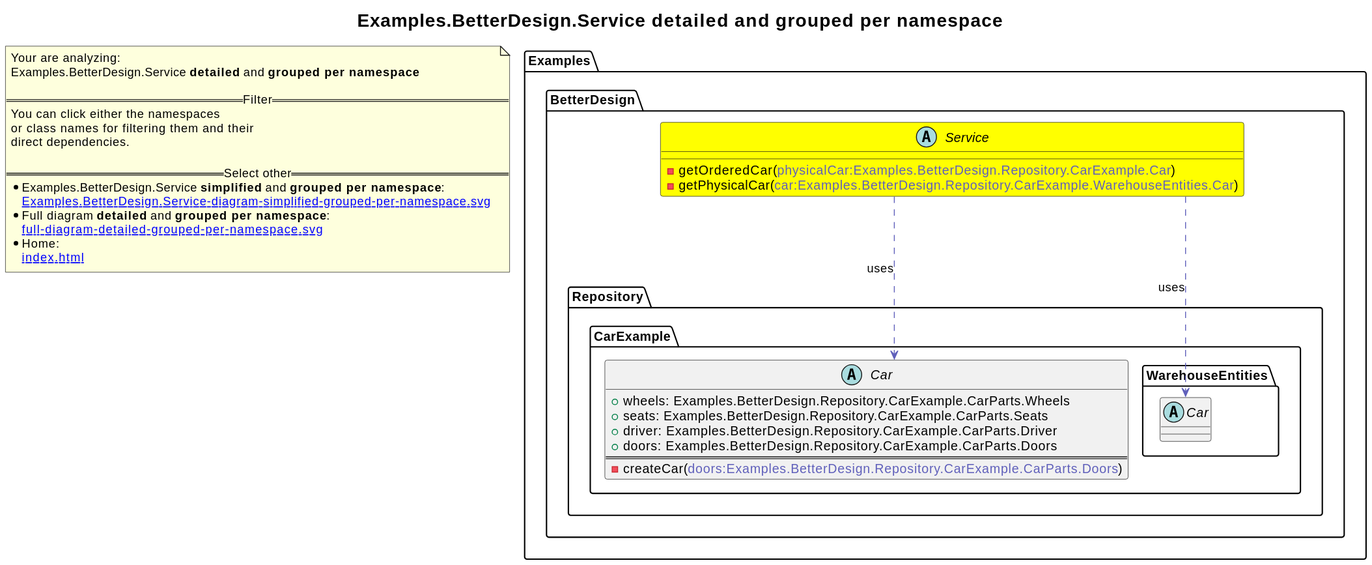
Before: revenger-csharp-adapter.out/Examples.BetterDesign.Service-diagram-detailed-grouped-per-namespace.svg, a diagram exported from PlantUML (2BlackCoffees/revenger). Source of this version:
```plantuml
@startuml
skinparam linetype ortho
title <size:20>Examples.BetterDesign.Service **detailed** and **grouped per namespace**</size>
note "Your are analyzing:\nExamples.BetterDesign.Service **detailed** and **grouped per namespace**\n\n==Filter==\nYou can click either the namespaces \nor class names for filtering them and their\ndirect dependencies.\n\n==Select other==\n* Examples.BetterDesign.Service **simplified** and **grouped per namespace**:\n   [[Examples.BetterDesign.Service-diagram-simplified-grouped-per-namespace.svg]]\n* Full diagram **detailed** and **grouped per namespace**:\n   [[full-diagram-detailed-grouped-per-namespace.svg]]\n* Home:\n   [[index.html]]" as FloatingNote
namespace Examples [[Examples-diagram-detailed-grouped-per-namespace.svg]] {
namespace Examples.BetterDesign [[Examples.BetterDesign-diagram-detailed-grouped-per-namespace.svg]] {
  abstract class Examples.BetterDesign.Service [[Examples.BetterDesign.Service-diagram-detailed-grouped-per-namespace.svg]] #yellow {
    - getOrderedCar(<font color="6060BB">physicalCar:Examples.BetterDesign.Repository.CarExample.Car</font>)
    - getPhysicalCar(<font color="6060BB">car:Examples.BetterDesign.Repository.CarExample.WarehouseEntities.Car</font>)
  }
}
}
namespace Examples [[Examples-diagram-detailed-grouped-per-namespace.svg]] {
namespace Examples.BetterDesign [[Examples.BetterDesign-diagram-detailed-grouped-per-namespace.svg]] {
namespace Examples.BetterDesign.Repository [[Examples.BetterDesign.Repository-diagram-detailed-grouped-per-namespace.svg]] {
namespace Examples.BetterDesign.Repository.CarExample [[Examples.BetterDesign.Repository.CarExample-diagram-detailed-grouped-per-namespace.svg]] {
      abstract class Examples.BetterDesign.Repository.CarExample.Car [[Examples.BetterDesign.Repository.CarExample.Car-diagram-detailed-grouped-per-namespace.svg]]  {
        + wheels: Examples.BetterDesign.Repository.CarExample.CarParts.Wheels
        + seats: Examples.BetterDesign.Repository.CarExample.CarParts.Seats
        + driver: Examples.BetterDesign.Repository.CarExample.CarParts.Driver
        + doors: Examples.BetterDesign.Repository.CarExample.CarParts.Doors
==
        - createCar(<font color="6060BB">doors:Examples.BetterDesign.Repository.CarExample.CarParts.Doors</font>)
      }
}
}
}
}
namespace Examples [[Examples-diagram-detailed-grouped-per-namespace.svg]] {
namespace Examples.BetterDesign [[Examples.BetterDesign-diagram-detailed-grouped-per-namespace.svg]] {
namespace Examples.BetterDesign.Repository [[Examples.BetterDesign.Repository-diagram-detailed-grouped-per-namespace.svg]] {
namespace Examples.BetterDesign.Repository.CarExample [[Examples.BetterDesign.Repository.CarExample-diagram-detailed-grouped-per-namespace.svg]] {
namespace Examples.BetterDesign.Repository.CarExample.WarehouseEntities [[Examples.BetterDesign.Repository.CarExample.WarehouseEntities-diagram-detailed-grouped-per-namespace.svg]] {
        abstract class Examples.BetterDesign.Repository.CarExample.WarehouseEntities.Car [[Examples.BetterDesign.Repository.CarExample.WarehouseEntities.Car-diagram-detailed-grouped-per-namespace.svg]]  {
        }
}
}
}
}
}
Examples.BetterDesign.Service .[#6060BB].> Examples.BetterDesign.Repository.CarExample.Car  : uses
Examples.BetterDesign.Service .[#6060BB].> Examples.BetterDesign.Repository.CarExample.WarehouseEntities.Car  : uses
@enduml
```
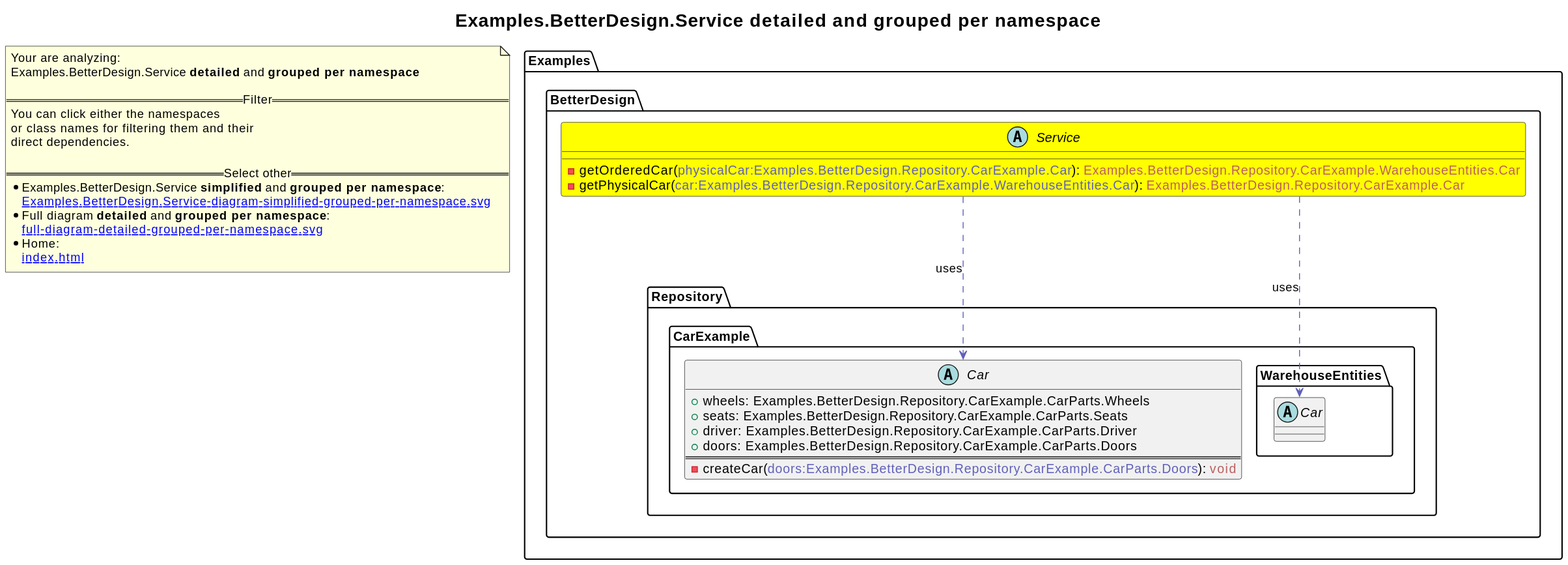
Above is the later version.

The edit, as a diff of the source:
```diff
@@ -5,8 +5,8 @@
 namespace Examples [[Examples-diagram-detailed-grouped-per-namespace.svg]] {
 namespace Examples.BetterDesign [[Examples.BetterDesign-diagram-detailed-grouped-per-namespace.svg]] {
   abstract class Examples.BetterDesign.Service [[Examples.BetterDesign.Service-diagram-detailed-grouped-per-namespace.svg]] #yellow {
-    - getOrderedCar(<font color="6060BB">physicalCar:Examples.BetterDesign.Repository.CarExample.Car</font>)
-    - getPhysicalCar(<font color="6060BB">car:Examples.BetterDesign.Repository.CarExample.WarehouseEntities.Car</font>)
+    - getOrderedCar(<font color="6060BB">physicalCar:Examples.BetterDesign.Repository.CarExample.Car</font>): <font color="BB6060">Examples.BetterDesign.Repository.CarExample.WarehouseEntities.Car</font>
+    - getPhysicalCar(<font color="6060BB">car:Examples.BetterDesign.Repository.CarExample.WarehouseEntities.Car</font>): <font color="BB6060">Examples.BetterDesign.Repository.CarExample.Car</font>
   }
 }
 }
@@ -20,7 +20,7 @@
         + driver: Examples.BetterDesign.Repository.CarExample.CarParts.Driver
         + doors: Examples.BetterDesign.Repository.CarExample.CarParts.Doors
 ==
-        - createCar(<font color="6060BB">doors:Examples.BetterDesign.Repository.CarExample.CarParts.Doors</font>)
+        - createCar(<font color="6060BB">doors:Examples.BetterDesign.Repository.CarExample.CarParts.Doors</font>): <font color="BB6060">void</font>
       }
 }
 }
@@ -38,6 +38,6 @@
 }
 }
 }
+Examples.BetterDesign.Service .[#6060BB].> Examples.BetterDesign.Repository.CarExample.WarehouseEntities.Car  : uses
 Examples.BetterDesign.Service .[#6060BB].> Examples.BetterDesign.Repository.CarExample.Car  : uses
-Examples.BetterDesign.Service .[#6060BB].> Examples.BetterDesign.Repository.CarExample.WarehouseEntities.Car  : uses
 @enduml
```
